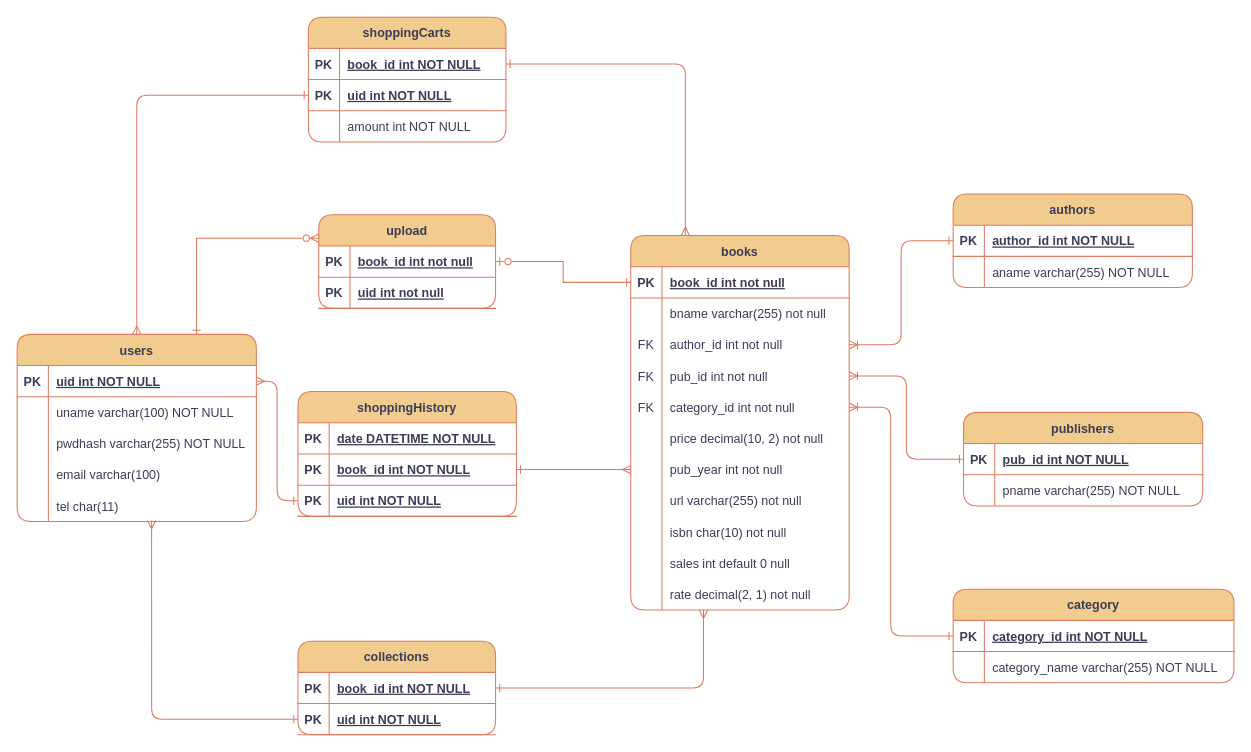
Earlier version of the draw.io diagram mysql/ERDiagram/physics.drawio (lzh594/DBSEC2023-Lab3). Source tidied: cells renumbered, new cells numbered last; positions are measured from the earlier drawing's top-left corner, leaving out a move shared by most shapes. Both pictures are drawn from the tidied source at 104%, with x=0, y=0 at pixel (17, 17).
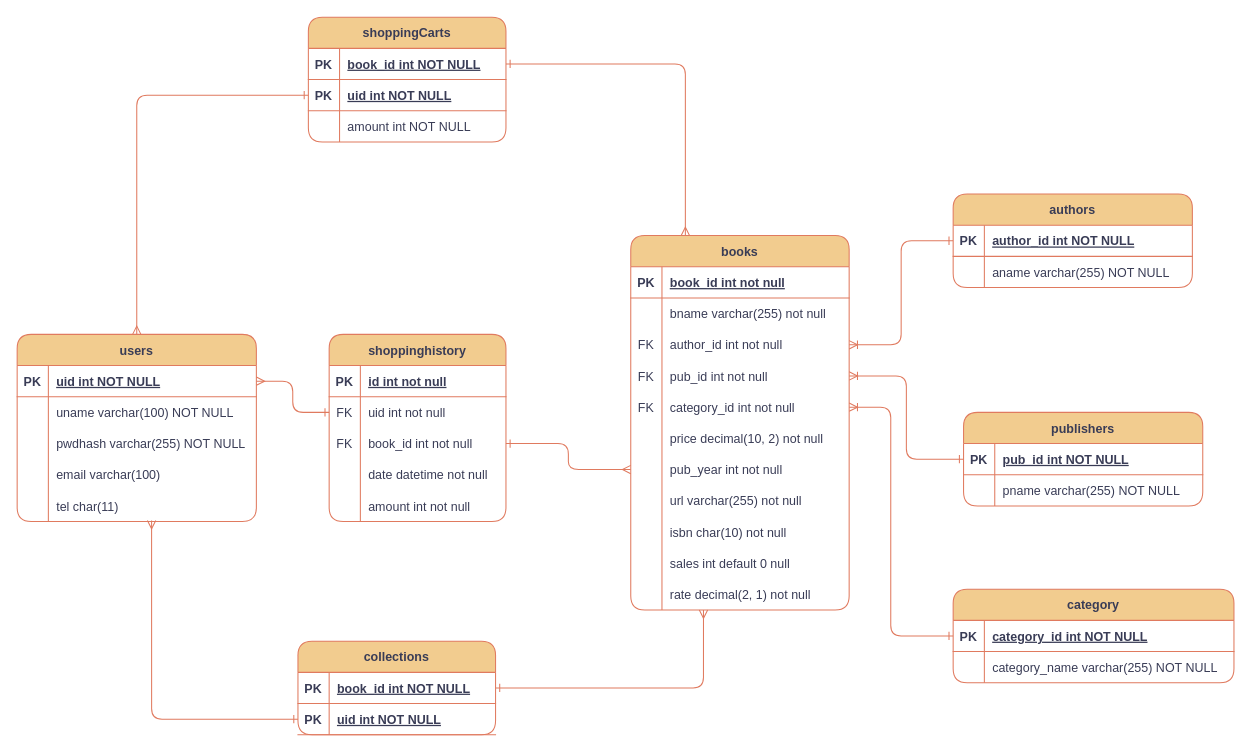
The same diagram, later.

Unchanged cells that the change refers to:
```xml
<mxCell id="3" value="users" style="shape=table;startSize=30;childLayout=tableLayout;rowLines=0;fontStyle=1;align=center;labelBackgroundColor=none;fillColor=#F2CC8F;strokeColor=#E07A5F;fontColor=#393C56;rounded=1;" parent="1" vertex="1">
  <mxGeometry y="305" width="230" height="180" as="geometry" />
</mxCell>
<mxCell id="4" style="shape=tableRow;horizontal=0;startSize=0;swimlaneHead=0;swimlaneBody=0;fillColor=none;points=[[0,0.5],[1,0.5]];portConstraint=eastwest;strokeColor=#E07A5F;top=0;left=0;right=0;bottom=1;labelBackgroundColor=none;fontColor=#393C56;rounded=1;" parent="3" vertex="1">
  <mxGeometry y="30" width="230" height="30" as="geometry" />
</mxCell>
<mxCell id="75" style="shape=tableRow;horizontal=0;startSize=0;swimlaneHead=0;swimlaneBody=0;fillColor=none;points=[[0,0.5],[1,0.5]];portConstraint=eastwest;strokeColor=#E07A5F;top=0;left=0;right=0;bottom=1;labelBackgroundColor=none;fontColor=#393C56;rounded=1;" parent="74" vertex="1">
  <mxGeometry y="30" width="210" height="30" as="geometry" />
</mxCell>
<mxCell id="93" style="shape=tableRow;horizontal=0;startSize=0;swimlaneHead=0;swimlaneBody=0;fillColor=none;points=[[0,0.5],[1,0.5]];portConstraint=eastwest;strokeColor=#E07A5F;top=0;left=0;right=0;bottom=0;labelBackgroundColor=none;fontColor=#393C56;rounded=1;" parent="74" vertex="1">
  <mxGeometry y="210" width="210" height="30" as="geometry" />
</mxCell>
```

Change to the diagram source:
```diff
@@
-    <mxCell id="2" style="edgeStyle=orthogonalEdgeStyle;rounded=0;jettySize=auto;html=1;exitX=0.75;exitY=0;exitDx=0;exitDy=0;entryX=0;entryY=0.25;entryDx=0;entryDy=0;strokeColor=#E07A5F;fontColor=#393C56;fillColor=#F2CC8F;endArrow=ERzeroToMany;endFill=0;startArrow=ERone;startFill=0;" parent="1" edge="1" source="3" target="110">
-      <mxGeometry relative="1" as="geometry" />
-    </mxCell>
@@
-    <mxCell id="50" value="shoppingHistory" style="shape=table;startSize=30;childLayout=tableLayout;rowLines=0;fontStyle=1;align=center;labelBackgroundColor=none;fillColor=#F2CC8F;strokeColor=#E07A5F;fontColor=#393C56;rounded=1;" parent="1" vertex="1">
-      <mxGeometry x="270" y="360" width="210" height="120" as="geometry" />
-    </mxCell>
-    <mxCell id="51" style="shape=tableRow;horizontal=0;startSize=0;swimlaneHead=0;swimlaneBody=0;fillColor=none;strokeColor=#E07A5F;top=0;left=0;right=0;bottom=1;labelBackgroundColor=none;fontColor=#393C56;rounded=1;" parent="50" vertex="1">
-      <mxGeometry y="30" width="210" height="30" as="geometry" />
-    </mxCell>
-    <mxCell id="52" value="PK" style="shape=partialRectangle;overflow=hidden;fillColor=none;strokeColor=#E07A5F;top=0;left=0;bottom=0;right=0;fontStyle=1;labelBackgroundColor=none;fontColor=#393C56;rounded=1;" parent="51" vertex="1">
-      <mxGeometry width="30" height="30" as="geometry" />
-    </mxCell>
-    <mxCell id="53" value="date    DATETIME NOT NULL" style="shape=partialRectangle;overflow=hidden;fillColor=none;align=left;strokeColor=#E07A5F;top=0;left=0;bottom=0;right=0;spacingLeft=6;fontStyle=5;labelBackgroundColor=none;fontColor=#393C56;rounded=1;" parent="51" vertex="1">
-      <mxGeometry x="30" width="180" height="30" as="geometry" />
-    </mxCell>
-    <mxCell id="54" style="shape=tableRow;horizontal=0;startSize=0;swimlaneHead=0;swimlaneBody=0;fillColor=none;points=[[0,0.5],[1,0.5]];portConstraint=eastwest;strokeColor=#E07A5F;top=0;left=0;right=0;bottom=1;labelBackgroundColor=none;fontColor=#393C56;rounded=1;" parent="50" vertex="1">
-      <mxGeometry y="60" width="210" height="30" as="geometry" />
-    </mxCell>
-    <mxCell id="55" value="PK" style="shape=partialRectangle;overflow=hidden;fillColor=none;strokeColor=#E07A5F;top=0;left=0;bottom=0;right=0;fontStyle=1;labelBackgroundColor=none;fontColor=#393C56;rounded=1;" parent="54" vertex="1">
-      <mxGeometry width="30" height="30" as="geometry" />
-    </mxCell>
-    <mxCell id="56" value="book_id int NOT NULL " style="shape=partialRectangle;overflow=hidden;fillColor=none;align=left;strokeColor=#E07A5F;top=0;left=0;bottom=0;right=0;spacingLeft=6;fontStyle=5;labelBackgroundColor=none;fontColor=#393C56;rounded=1;" parent="54" vertex="1">
-      <mxGeometry x="30" width="180" height="30" as="geometry" />
-    </mxCell>
-    <mxCell id="57" style="shape=tableRow;horizontal=0;startSize=0;swimlaneHead=0;swimlaneBody=0;fillColor=none;points=[[0,0.5],[1,0.5]];portConstraint=eastwest;strokeColor=#E07A5F;top=0;left=0;right=0;bottom=1;labelBackgroundColor=none;fontColor=#393C56;rounded=1;" parent="50" vertex="1">
-      <mxGeometry y="90" width="210" height="30" as="geometry" />
-    </mxCell>
-    <mxCell id="58" value="PK" style="shape=partialRectangle;overflow=hidden;fillColor=none;strokeColor=#E07A5F;top=0;left=0;bottom=0;right=0;fontStyle=1;labelBackgroundColor=none;fontColor=#393C56;rounded=1;" parent="57" vertex="1">
-      <mxGeometry width="30" height="30" as="geometry" />
-    </mxCell>
-    <mxCell id="59" value="uid     int NOT NULL " style="shape=partialRectangle;overflow=hidden;fillColor=none;align=left;strokeColor=#E07A5F;top=0;left=0;bottom=0;right=0;spacingLeft=6;fontStyle=5;labelBackgroundColor=none;fontColor=#393C56;rounded=1;" parent="57" vertex="1">
-      <mxGeometry x="30" width="180" height="30" as="geometry" />
-    </mxCell>
@@
-    <mxCell id="70" style="edgeStyle=orthogonalEdgeStyle;rounded=1;jettySize=auto;html=1;exitX=1;exitY=0.5;exitDx=0;exitDy=0;entryX=0;entryY=0.5;entryDx=0;entryDy=0;strokeColor=#E07A5F;fontColor=default;fillColor=#F2CC8F;startArrow=ERone;startFill=0;endArrow=ERmany;endFill=0;labelBackgroundColor=none;" parent="1" edge="1" source="54" target="93">
+    <mxCell id="70" style="edgeStyle=orthogonalEdgeStyle;rounded=1;jettySize=auto;html=1;exitX=1;exitY=0.5;exitDx=0;exitDy=0;entryX=0;entryY=0.5;entryDx=0;entryDy=0;strokeColor=#E07A5F;fontColor=default;fillColor=#F2CC8F;startArrow=ERone;startFill=0;endArrow=ERmany;endFill=0;labelBackgroundColor=none;" parent="1" edge="1" source="123" target="93">
       <mxGeometry relative="1" as="geometry" />
     </mxCell>
@@
-    <mxCell id="72" style="edgeStyle=orthogonalEdgeStyle;rounded=1;jettySize=auto;html=1;exitX=0;exitY=0.5;exitDx=0;exitDy=0;entryX=1;entryY=0.5;entryDx=0;entryDy=0;strokeColor=#E07A5F;fontColor=default;fillColor=#F2CC8F;endArrow=ERmany;endFill=0;startArrow=ERone;startFill=0;labelBackgroundColor=none;" parent="1" edge="1" source="57" target="4">
+    <mxCell id="72" style="edgeStyle=orthogonalEdgeStyle;rounded=1;jettySize=auto;html=1;exitX=0;exitY=0.5;exitDx=0;exitDy=0;entryX=1;entryY=0.5;entryDx=0;entryDy=0;strokeColor=#E07A5F;fontColor=default;fillColor=#F2CC8F;endArrow=ERmany;endFill=0;startArrow=ERone;startFill=0;labelBackgroundColor=none;" parent="1" edge="1" source="121" target="4">
       <mxGeometry relative="1" as="geometry" />
     </mxCell>
@@
-    <mxCell id="110" value="upload" style="shape=table;startSize=30;childLayout=tableLayout;rowLines=0;fontStyle=1;align=center;rounded=1;labelBackgroundColor=none;fillColor=#F2CC8F;strokeColor=#E07A5F;fontColor=#393C56;" parent="1" vertex="1">
-      <mxGeometry x="290" y="190" width="170" height="90" as="geometry" />
-    </mxCell>
+    <mxCell id="118" value="shoppinghistory" style="shape=table;startSize=30;childLayout=tableLayout;rowLines=0;fontStyle=1;align=center;rounded=1;labelBackgroundColor=none;fillColor=#F2CC8F;strokeColor=#E07A5F;fontColor=#393C56;" parent="1" vertex="1">
+      <mxGeometry x="300" y="305" width="170" height="180" as="geometry" />
+    </mxCell>
-    <mxCell id="111" style="shape=tableRow;horizontal=0;startSize=0;swimlaneHead=0;swimlaneBody=0;fillColor=none;points=[[0,0.5],[1,0.5]];portConstraint=eastwest;strokeColor=#E07A5F;top=0;left=0;right=0;bottom=1;rounded=1;labelBackgroundColor=none;fontColor=#393C56;" parent="110" vertex="1">
+    <mxCell id="111" style="shape=tableRow;horizontal=0;startSize=0;swimlaneHead=0;swimlaneBody=0;fillColor=none;points=[[0,0.5],[1,0.5]];portConstraint=eastwest;strokeColor=#E07A5F;top=0;left=0;right=0;bottom=1;rounded=1;labelBackgroundColor=none;fontColor=#393C56;" parent="118" vertex="1">
       <mxGeometry y="30" width="170" height="30" as="geometry" />
     </mxCell>
-    <mxCell id="112" value="PK" style="shape=partialRectangle;overflow=hidden;fillColor=none;strokeColor=#E07A5F;top=0;left=0;bottom=0;right=0;fontStyle=1;rounded=1;labelBackgroundColor=none;fontColor=#393C56;" parent="111" vertex="1">
-      <mxGeometry width="30" height="30" as="geometry" />
-    </mxCell>
+    <mxCell id="119" value="PK" style="shape=partialRectangle;overflow=hidden;fillColor=none;strokeColor=#E07A5F;top=0;left=0;bottom=0;right=0;fontStyle=1;rounded=1;labelBackgroundColor=none;fontColor=#393C56;" parent="111" vertex="1">
+      <mxGeometry width="30" height="30" as="geometry" />
+    </mxCell>
+    <mxCell id="120" value="id int not null " style="shape=partialRectangle;overflow=hidden;fillColor=none;align=left;strokeColor=#E07A5F;top=0;left=0;bottom=0;right=0;spacingLeft=6;fontStyle=5;rounded=1;labelBackgroundColor=none;fontColor=#393C56;" parent="111" vertex="1">
+      <mxGeometry x="30" width="140" height="30" as="geometry" />
+    </mxCell>
+    <mxCell id="121" style="shape=tableRow;horizontal=0;startSize=0;swimlaneHead=0;swimlaneBody=0;fillColor=none;points=[[0,0.5],[1,0.5]];portConstraint=eastwest;strokeColor=#E07A5F;top=0;left=0;right=0;bottom=0;rounded=1;labelBackgroundColor=none;fontColor=#393C56;" parent="118" vertex="1">
+      <mxGeometry y="60" width="170" height="30" as="geometry" />
+    </mxCell>
+    <mxCell id="122" value="FK" style="shape=partialRectangle;overflow=hidden;fillColor=none;strokeColor=#E07A5F;top=0;left=0;bottom=0;right=0;rounded=1;labelBackgroundColor=none;fontColor=#393C56;" parent="121" vertex="1">
+      <mxGeometry width="30" height="30" as="geometry" />
+    </mxCell>
+    <mxCell id="116" value="uid int not null" style="shape=partialRectangle;overflow=hidden;fillColor=none;align=left;strokeColor=#E07A5F;top=0;left=0;bottom=0;right=0;spacingLeft=6;rounded=1;labelBackgroundColor=none;fontColor=#393C56;" parent="121" vertex="1">
+      <mxGeometry x="30" width="140" height="30" as="geometry" />
+    </mxCell>
+    <mxCell id="123" style="shape=tableRow;horizontal=0;startSize=0;swimlaneHead=0;swimlaneBody=0;fillColor=none;points=[[0,0.5],[1,0.5]];portConstraint=eastwest;strokeColor=#E07A5F;top=0;left=0;right=0;bottom=0;rounded=1;labelBackgroundColor=none;fontColor=#393C56;" parent="118" vertex="1">
+      <mxGeometry y="90" width="170" height="30" as="geometry" />
+    </mxCell>
+    <mxCell id="124" value="FK" style="shape=partialRectangle;overflow=hidden;fillColor=none;strokeColor=#E07A5F;top=0;left=0;bottom=0;right=0;rounded=1;labelBackgroundColor=none;fontColor=#393C56;" parent="123" vertex="1">
+      <mxGeometry width="30" height="30" as="geometry" />
+    </mxCell>
-    <mxCell id="113" value="book_id int not null" style="shape=partialRectangle;overflow=hidden;fillColor=none;align=left;strokeColor=#E07A5F;top=0;left=0;bottom=0;right=0;spacingLeft=6;fontStyle=5;rounded=1;labelBackgroundColor=none;fontColor=#393C56;" parent="111" vertex="1">
+    <mxCell id="113" value="book_id int not null" style="shape=partialRectangle;overflow=hidden;fillColor=none;align=left;strokeColor=#E07A5F;top=0;left=0;bottom=0;right=0;spacingLeft=6;rounded=1;labelBackgroundColor=none;fontColor=#393C56;" parent="123" vertex="1">
       <mxGeometry x="30" width="140" height="30" as="geometry" />
     </mxCell>
-    <mxCell id="114" style="shape=tableRow;horizontal=0;startSize=0;swimlaneHead=0;swimlaneBody=0;fillColor=none;strokeColor=#E07A5F;top=0;left=0;right=0;bottom=1;rounded=1;labelBackgroundColor=none;fontColor=#393C56;" parent="110" vertex="1">
-      <mxGeometry y="60" width="170" height="30" as="geometry" />
-    </mxCell>
-    <mxCell id="115" value="PK" style="shape=partialRectangle;overflow=hidden;fillColor=none;strokeColor=#E07A5F;top=0;left=0;bottom=0;right=0;fontStyle=1;rounded=1;labelBackgroundColor=none;fontColor=#393C56;" parent="114" vertex="1">
-      <mxGeometry width="30" height="30" as="geometry" />
-    </mxCell>
-    <mxCell id="116" value="uid int not null " style="shape=partialRectangle;overflow=hidden;fillColor=none;align=left;strokeColor=#E07A5F;top=0;left=0;bottom=0;right=0;spacingLeft=6;fontStyle=5;rounded=1;labelBackgroundColor=none;fontColor=#393C56;" parent="114" vertex="1">
-      <mxGeometry x="30" width="140" height="30" as="geometry" />
-    </mxCell>
-    <mxCell id="117" style="edgeStyle=orthogonalEdgeStyle;rounded=0;jettySize=auto;html=1;exitX=1;exitY=0.5;exitDx=0;exitDy=0;entryX=0;entryY=0.5;entryDx=0;entryDy=0;strokeColor=#E07A5F;fontColor=#393C56;fillColor=#F2CC8F;endArrow=ERone;endFill=0;startArrow=ERzeroToOne;startFill=0;" parent="1" edge="1" source="111" target="75">
-      <mxGeometry relative="1" as="geometry" />
-    </mxCell>
+    <mxCell id="125" style="shape=tableRow;horizontal=0;startSize=0;swimlaneHead=0;swimlaneBody=0;fillColor=none;strokeColor=#E07A5F;top=0;left=0;right=0;bottom=0;rounded=1;labelBackgroundColor=none;fontColor=#393C56;" parent="118" vertex="1">
+      <mxGeometry y="120" width="170" height="30" as="geometry" />
+    </mxCell>
+    <mxCell id="126" style="shape=partialRectangle;overflow=hidden;fillColor=none;strokeColor=#E07A5F;top=0;left=0;bottom=0;right=0;rounded=1;labelBackgroundColor=none;fontColor=#393C56;" parent="125" vertex="1">
+      <mxGeometry width="30" height="30" as="geometry" />
+    </mxCell>
+    <mxCell id="127" value="date datetime not null" style="shape=partialRectangle;overflow=hidden;fillColor=none;align=left;strokeColor=#E07A5F;top=0;left=0;bottom=0;right=0;spacingLeft=6;rounded=1;labelBackgroundColor=none;fontColor=#393C56;" parent="125" vertex="1">
+      <mxGeometry x="30" width="140" height="30" as="geometry" />
+    </mxCell>
+    <mxCell id="128" style="shape=tableRow;horizontal=0;startSize=0;swimlaneHead=0;swimlaneBody=0;fillColor=none;strokeColor=#E07A5F;top=0;left=0;right=0;bottom=0;rounded=1;labelBackgroundColor=none;fontColor=#393C56;" parent="118" vertex="1">
+      <mxGeometry y="150" width="170" height="30" as="geometry" />
+    </mxCell>
+    <mxCell id="129" style="shape=partialRectangle;overflow=hidden;fillColor=none;strokeColor=#E07A5F;top=0;left=0;bottom=0;right=0;rounded=1;labelBackgroundColor=none;fontColor=#393C56;" parent="128" vertex="1">
+      <mxGeometry width="30" height="30" as="geometry" />
+    </mxCell>
+    <mxCell id="130" value="amount int not null" style="shape=partialRectangle;overflow=hidden;fillColor=none;align=left;strokeColor=#E07A5F;top=0;left=0;bottom=0;right=0;spacingLeft=6;rounded=1;labelBackgroundColor=none;fontColor=#393C56;" parent="128" vertex="1">
+      <mxGeometry x="30" width="140" height="30" as="geometry" />
+    </mxCell>
```
